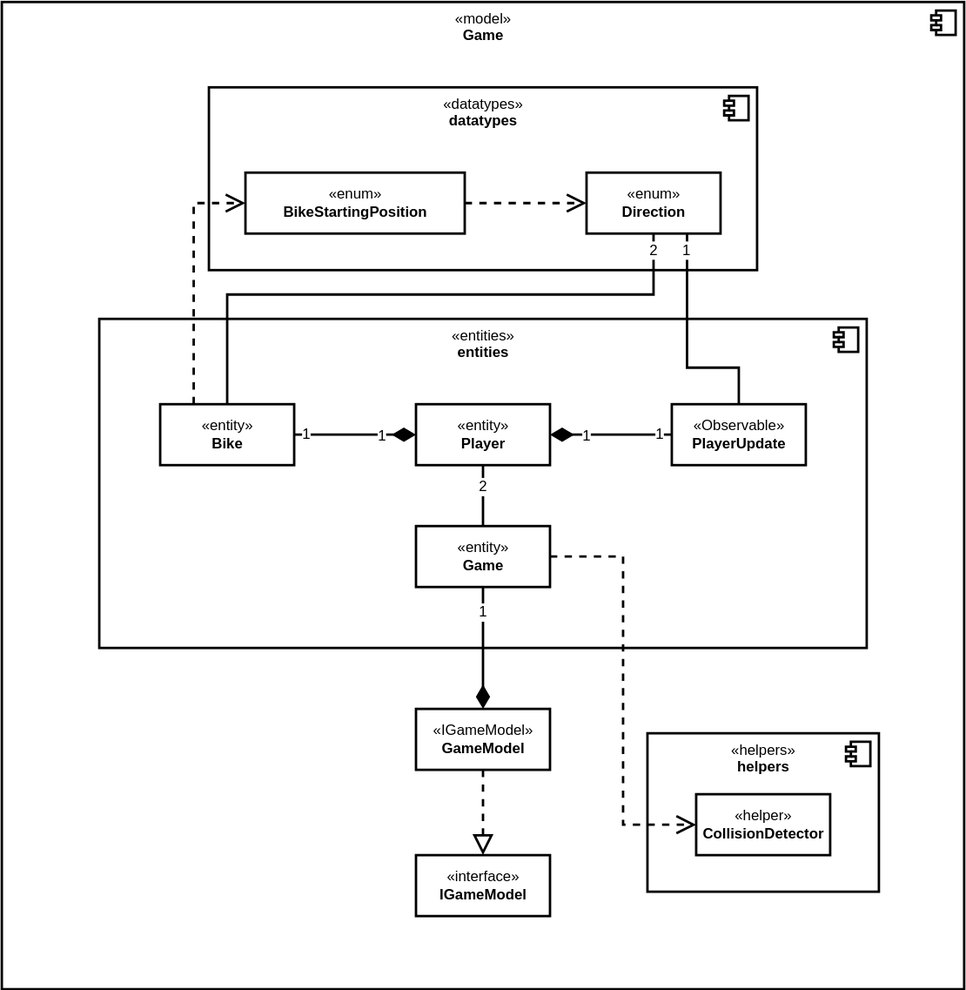
Above: docs/application/diagrams/GameModelClassDiagram.drawio.svg in HaniAlshikh/tron (draw.io), before the change. Source tidied: cells renumbered, new cells last; positions are measured from the earlier drawing's top-left corner, leaving out a move shared by most shapes.
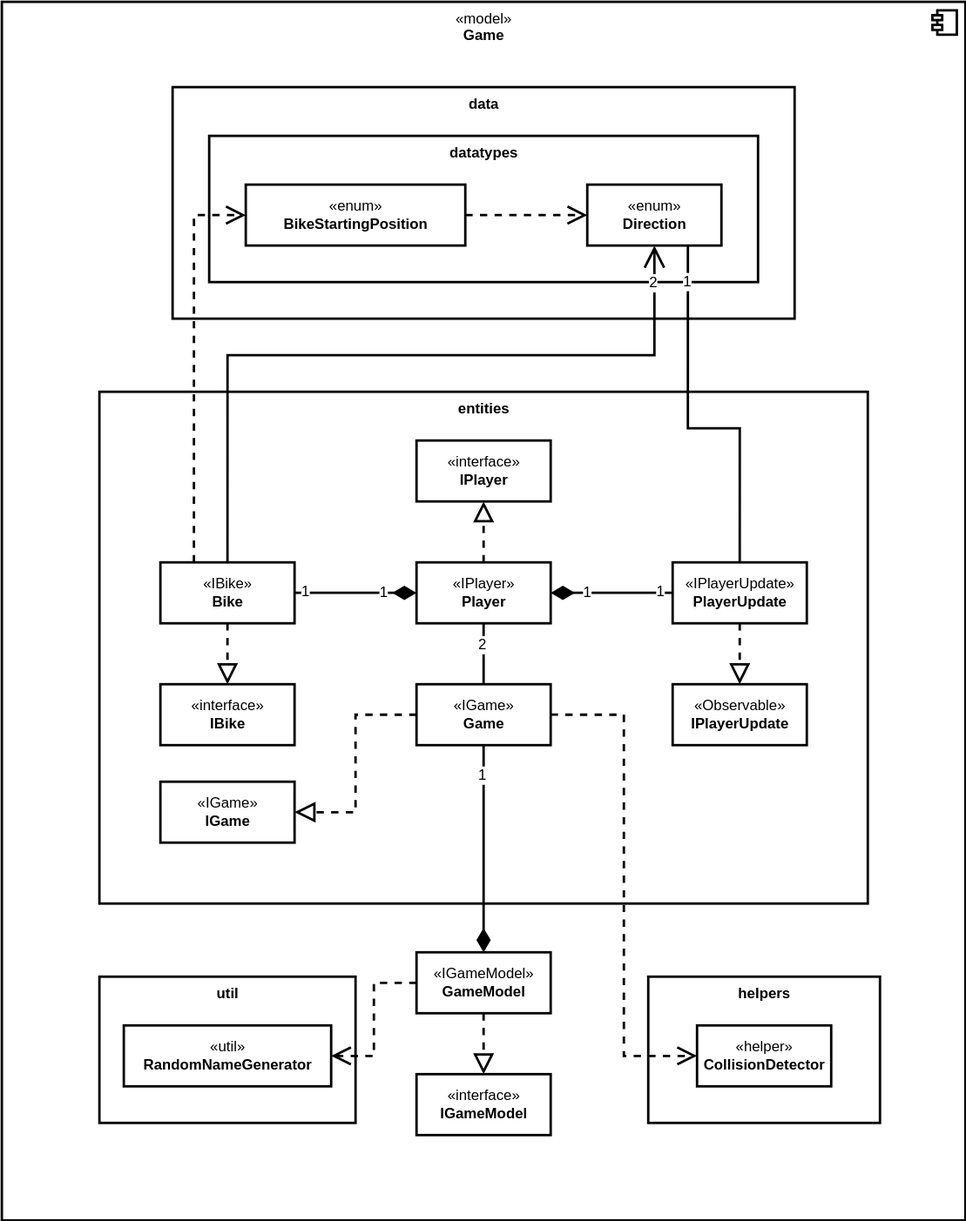
Above is the later version.

What changed in the source:
```diff
@@ -3,36 +3,29 @@
     <mxCell id="0" />
     <mxCell id="1" parent="0" />
     <mxCell id="2" value="«model»&lt;b&gt;&lt;br&gt;Game&lt;/b&gt;" style="html=1;strokeWidth=2;align=center;verticalAlign=top;" parent="1" vertex="1">
-      <mxGeometry width="790" height="810" as="geometry" />
+      <mxGeometry y="-50" width="790" height="1000" as="geometry" />
     </mxCell>
     <mxCell id="3" style="shape=module;jettyWidth=8;jettyHeight=4;strokeWidth=2;align=center;verticalAlign=middle;" parent="2" vertex="1">
       <mxGeometry x="1" width="20" height="20" relative="1" as="geometry">
         <mxPoint x="-27" y="7" as="offset" />
       </mxGeometry>
     </mxCell>
+    <mxCell id="37" value="&lt;b&gt;data&lt;br&gt;&lt;/b&gt;" style="html=1;strokeWidth=2;align=center;verticalAlign=top;" parent="1" vertex="1">
+      <mxGeometry x="140" y="20" width="510" height="190" as="geometry" />
+    </mxCell>
-    <mxCell id="4" value="«datatypes»&lt;br&gt;&lt;b&gt;datatypes&lt;br&gt;&lt;/b&gt;" style="html=1;strokeWidth=2;align=center;verticalAlign=top;" parent="1" vertex="1">
-      <mxGeometry x="170" y="70" width="450" height="150" as="geometry" />
+    <mxCell id="4" value="&lt;b&gt;datatypes&lt;br&gt;&lt;/b&gt;" style="html=1;strokeWidth=2;align=center;verticalAlign=top;" parent="1" vertex="1">
+      <mxGeometry x="170" y="60" width="450" height="120" as="geometry" />
     </mxCell>
-    <mxCell id="5" style="shape=module;jettyWidth=8;jettyHeight=4;strokeWidth=2;align=center;verticalAlign=middle;" parent="4" vertex="1">
-      <mxGeometry x="1" width="20" height="20" relative="1" as="geometry">
-        <mxPoint x="-27" y="7" as="offset" />
-      </mxGeometry>
-    </mxCell>
     <mxCell id="6" value="«enum»&lt;br&gt;&lt;b&gt;BikeStartingPosition&lt;/b&gt;" style="html=1;strokeWidth=2;" parent="1" vertex="1">
-      <mxGeometry x="200" y="140" width="180" height="50" as="geometry" />
+      <mxGeometry x="200" y="100" width="180" height="50" as="geometry" />
     </mxCell>
     <mxCell id="7" value="«enum»&lt;br&gt;&lt;b&gt;Direction&lt;/b&gt;" style="html=1;strokeWidth=2;" parent="1" vertex="1">
-      <mxGeometry x="480" y="140" width="110" height="50" as="geometry" />
+      <mxGeometry x="480" y="100" width="110" height="50" as="geometry" />
     </mxCell>
-    <mxCell id="8" value="«entities»&lt;br&gt;&lt;b&gt;entities&lt;br&gt;&lt;/b&gt;" style="html=1;strokeWidth=2;align=center;verticalAlign=top;" parent="1" vertex="1">
-      <mxGeometry x="80" y="260" width="630" height="270" as="geometry" />
+    <mxCell id="8" value="&lt;b&gt;entities&lt;br&gt;&lt;/b&gt;" style="html=1;strokeWidth=2;align=center;verticalAlign=top;" parent="1" vertex="1">
+      <mxGeometry x="80" y="270" width="630" height="420" as="geometry" />
     </mxCell>
-    <mxCell id="9" style="shape=module;jettyWidth=8;jettyHeight=4;strokeWidth=2;align=center;verticalAlign=middle;" parent="8" vertex="1">
-      <mxGeometry x="1" width="20" height="20" relative="1" as="geometry">
-        <mxPoint x="-27" y="7" as="offset" />
-      </mxGeometry>
-    </mxCell>
-    <mxCell id="10" style="edgeStyle=orthogonalEdgeStyle;rounded=0;html=1;fontSize=12;endArrow=none;endFill=0;endSize=14;strokeWidth=2;exitX=0.5;exitY=0;exitDx=0;exitDy=0;" parent="1" edge="1" source="12" target="7">
+    <mxCell id="10" style="edgeStyle=orthogonalEdgeStyle;rounded=0;html=1;fontSize=12;endArrow=open;endFill=0;endSize=14;strokeWidth=2;exitX=0.5;exitY=0;exitDx=0;exitDy=0;" parent="1" edge="1" source="12" target="7">
       <mxGeometry relative="1" as="geometry">
         <Array as="points">
           <mxPoint x="185" y="240" />
@@ -41,10 +34,15 @@
       </mxGeometry>
     </mxCell>
     <mxCell id="11" value="2" style="edgeLabel;html=1;align=center;verticalAlign=middle;fontSize=12;" parent="10" vertex="1">
-      <mxGeometry x="0.95" y="1" relative="1" as="geometry" />
+      <mxGeometry x="0.95" y="1" relative="1" as="geometry">
+        <mxPoint y="14" as="offset" />
+      </mxGeometry>
     </mxCell>
+    <mxCell id="38" style="edgeStyle=none;shape=connector;rounded=1;html=1;dashed=1;labelBackgroundColor=default;fontFamily=Helvetica;fontSize=12;fontColor=default;endArrow=block;endFill=0;endSize=12;strokeColor=default;strokeWidth=2;" parent="1" edge="1" source="12" target="42">
+      <mxGeometry relative="1" as="geometry" />
+    </mxCell>
-    <mxCell id="12" value="«entity»&lt;br&gt;&lt;b&gt;Bike&lt;/b&gt;" style="html=1;strokeWidth=2;" parent="1" vertex="1">
-      <mxGeometry x="130" y="330" width="110" height="50" as="geometry" />
+    <mxCell id="12" value="«IBike»&lt;br&gt;&lt;b&gt;Bike&lt;/b&gt;" style="html=1;strokeWidth=2;" parent="1" vertex="1">
+      <mxGeometry x="130" y="410" width="110" height="50" as="geometry" />
     </mxCell>
     <mxCell id="13" style="edgeStyle=orthogonalEdgeStyle;rounded=0;html=1;fontSize=12;endArrow=none;endFill=0;endSize=24;strokeWidth=2;" parent="1" edge="1" source="15" target="16">
       <mxGeometry relative="1" as="geometry" />
@@ -52,11 +50,22 @@
     <mxCell id="14" value="2" style="edgeLabel;html=1;align=center;verticalAlign=middle;fontSize=12;" parent="13" vertex="1">
       <mxGeometry x="0.33" y="1" relative="1" as="geometry" />
     </mxCell>
+    <mxCell id="39" style="edgeStyle=orthogonalEdgeStyle;shape=connector;rounded=0;html=1;dashed=1;labelBackgroundColor=default;fontFamily=Helvetica;fontSize=12;fontColor=default;endArrow=block;endFill=0;endSize=12;strokeColor=default;strokeWidth=2;" parent="1" edge="1" source="15" target="45">
+      <mxGeometry relative="1" as="geometry">
+        <Array as="points">
+          <mxPoint x="290" y="535" />
+          <mxPoint x="290" y="615" />
+        </Array>
+      </mxGeometry>
+    </mxCell>
-    <mxCell id="15" value="«entity»&lt;br&gt;&lt;b&gt;Game&lt;/b&gt;" style="html=1;strokeWidth=2;" parent="1" vertex="1">
-      <mxGeometry x="340" y="430" width="110" height="50" as="geometry" />
+    <mxCell id="15" value="«IGame»&lt;br&gt;&lt;b&gt;Game&lt;/b&gt;" style="html=1;strokeWidth=2;" parent="1" vertex="1">
+      <mxGeometry x="340" y="510" width="110" height="50" as="geometry" />
     </mxCell>
+    <mxCell id="40" style="edgeStyle=none;shape=connector;rounded=1;html=1;entryX=0.5;entryY=1;entryDx=0;entryDy=0;dashed=1;labelBackgroundColor=default;fontFamily=Helvetica;fontSize=12;fontColor=default;endArrow=block;endFill=0;endSize=12;strokeColor=default;strokeWidth=2;" parent="1" edge="1" source="16" target="43">
+      <mxGeometry relative="1" as="geometry" />
+    </mxCell>
-    <mxCell id="16" value="«entity»&lt;br&gt;&lt;b&gt;Player&lt;/b&gt;" style="html=1;strokeWidth=2;" parent="1" vertex="1">
-      <mxGeometry x="340" y="330" width="110" height="50" as="geometry" />
+    <mxCell id="16" value="«IPlayer»&lt;br&gt;&lt;b&gt;Player&lt;/b&gt;" style="html=1;strokeWidth=2;" parent="1" vertex="1">
+      <mxGeometry x="340" y="410" width="110" height="50" as="geometry" />
     </mxCell>
     <mxCell id="17" style="edgeStyle=orthogonalEdgeStyle;rounded=0;html=1;fontSize=12;endArrow=none;endFill=0;endSize=14;strokeWidth=2;exitX=0.5;exitY=0;exitDx=0;exitDy=0;entryX=0.75;entryY=1;entryDx=0;entryDy=0;" parent="1" edge="1" source="19" target="7">
       <mxGeometry relative="1" as="geometry">
@@ -68,28 +77,26 @@
     </mxCell>
     <mxCell id="18" value="1" style="edgeLabel;html=1;align=center;verticalAlign=middle;fontSize=12;" parent="17" vertex="1">
       <mxGeometry x="0.95" y="1" relative="1" as="geometry">
-        <mxPoint y="9" as="offset" />
+        <mxPoint y="21" as="offset" />
       </mxGeometry>
     </mxCell>
+    <mxCell id="41" style="edgeStyle=none;shape=connector;rounded=1;html=1;dashed=1;labelBackgroundColor=default;fontFamily=Helvetica;fontSize=12;fontColor=default;endArrow=block;endFill=0;endSize=12;strokeColor=default;strokeWidth=2;" parent="1" edge="1" source="19" target="44">
+      <mxGeometry relative="1" as="geometry" />
+    </mxCell>
-    <mxCell id="19" value="«Observable»&lt;br&gt;&lt;b&gt;PlayerUpdate&lt;/b&gt;" style="html=1;strokeWidth=2;" parent="1" vertex="1">
-      <mxGeometry x="550" y="330" width="110" height="50" as="geometry" />
+    <mxCell id="19" value="«IPlayerUpdate»&lt;br&gt;&lt;b&gt;PlayerUpdate&lt;/b&gt;" style="html=1;strokeWidth=2;" parent="1" vertex="1">
+      <mxGeometry x="550" y="410" width="110" height="50" as="geometry" />
     </mxCell>
-    <mxCell id="20" value="«helpers»&lt;br&gt;&lt;b&gt;helpers&lt;br&gt;&lt;/b&gt;" style="html=1;strokeWidth=2;align=center;verticalAlign=top;" parent="1" vertex="1">
-      <mxGeometry x="530" y="600" width="190" height="130" as="geometry" />
+    <mxCell id="20" value="&lt;b&gt;helpers&lt;br&gt;&lt;/b&gt;" style="html=1;strokeWidth=2;align=center;verticalAlign=top;" parent="1" vertex="1">
+      <mxGeometry x="530" y="750" width="190" height="120" as="geometry" />
     </mxCell>
-    <mxCell id="21" style="shape=module;jettyWidth=8;jettyHeight=4;strokeWidth=2;align=center;verticalAlign=middle;" parent="20" vertex="1">
-      <mxGeometry x="1" width="20" height="20" relative="1" as="geometry">
-        <mxPoint x="-27" y="7" as="offset" />
-      </mxGeometry>
-    </mxCell>
     <mxCell id="22" value="«helper»&lt;br&gt;&lt;b&gt;CollisionDetector&lt;/b&gt;" style="html=1;strokeWidth=2;" parent="1" vertex="1">
-      <mxGeometry x="570" y="650" width="110" height="50" as="geometry" />
+      <mxGeometry x="570" y="790" width="110" height="50" as="geometry" />
     </mxCell>
     <mxCell id="23" value="«interface»&lt;br&gt;&lt;b&gt;IGameModel&lt;/b&gt;" style="html=1;strokeWidth=2;" parent="1" vertex="1">
-      <mxGeometry x="340" y="700" width="110" height="50" as="geometry" />
+      <mxGeometry x="340" y="830" width="110" height="50" as="geometry" />
     </mxCell>
     <mxCell id="24" value="«IGameModel»&lt;br&gt;&lt;b&gt;GameModel&lt;/b&gt;" style="html=1;strokeWidth=2;" parent="1" vertex="1">
-      <mxGeometry x="340" y="580" width="110" height="50" as="geometry" />
+      <mxGeometry x="340" y="730" width="110" height="50" as="geometry" />
     </mxCell>
     <mxCell id="25" style="endArrow=block;dashed=1;endFill=0;endSize=12;html=1;fontSize=12;strokeWidth=2;" parent="1" edge="1" source="24" target="23">
       <mxGeometry relative="1" as="geometry" />
@@ -134,12 +141,33 @@
     <mxCell id="35" style="endArrow=open;endSize=12;dashed=1;html=1;fontSize=12;strokeWidth=2;exitX=0.25;exitY=0;exitDx=0;exitDy=0;edgeStyle=orthogonalEdgeStyle;rounded=0;entryX=0;entryY=0.5;entryDx=0;entryDy=0;" parent="1" edge="1" source="12" target="6">
       <mxGeometry relative="1" as="geometry">
         <Array as="points">
-          <mxPoint x="158" y="165" />
+          <mxPoint x="158" y="125" />
         </Array>
       </mxGeometry>
     </mxCell>
     <mxCell id="36" style="endArrow=open;endSize=12;dashed=1;html=1;fontSize=12;strokeWidth=2;edgeStyle=orthogonalEdgeStyle;rounded=0;entryX=0;entryY=0.5;entryDx=0;entryDy=0;exitX=1;exitY=0.5;exitDx=0;exitDy=0;" parent="1" edge="1" source="15" target="22">
       <mxGeometry relative="1" as="geometry" />
     </mxCell>
+    <mxCell id="42" value="«interface»&lt;br&gt;&lt;b&gt;IBike&lt;/b&gt;" style="html=1;strokeWidth=2;" parent="1" vertex="1">
+      <mxGeometry x="130" y="510" width="110" height="50" as="geometry" />
+    </mxCell>
+    <mxCell id="43" value="«interface»&lt;br&gt;&lt;b&gt;IPlayer&lt;/b&gt;" style="html=1;strokeWidth=2;" parent="1" vertex="1">
+      <mxGeometry x="340" y="310" width="110" height="50" as="geometry" />
+    </mxCell>
+    <mxCell id="44" value="«Observable»&lt;br&gt;&lt;b&gt;IPlayerUpdate&lt;/b&gt;" style="html=1;strokeWidth=2;" parent="1" vertex="1">
+      <mxGeometry x="550" y="510" width="110" height="50" as="geometry" />
+    </mxCell>
+    <mxCell id="45" value="«IGame»&lt;br&gt;&lt;b&gt;IGame&lt;/b&gt;" style="html=1;strokeWidth=2;" parent="1" vertex="1">
+      <mxGeometry x="130" y="590" width="110" height="50" as="geometry" />
+    </mxCell>
+    <mxCell id="46" value="&lt;b&gt;util&lt;br&gt;&lt;/b&gt;" style="html=1;strokeWidth=2;align=center;verticalAlign=top;" parent="1" vertex="1">
+      <mxGeometry x="80" y="750" width="210" height="120" as="geometry" />
+    </mxCell>
+    <mxCell id="47" value="«util»&lt;br&gt;&lt;b&gt;RandomNameGenerator&lt;/b&gt;" style="html=1;strokeWidth=2;" parent="1" vertex="1">
+      <mxGeometry x="100" y="790" width="170" height="50" as="geometry" />
+    </mxCell>
+    <mxCell id="48" style="edgeStyle=orthogonalEdgeStyle;shape=connector;rounded=0;html=1;entryX=1;entryY=0.5;entryDx=0;entryDy=0;dashed=1;labelBackgroundColor=default;fontFamily=Helvetica;fontSize=12;fontColor=default;endArrow=open;endSize=12;strokeColor=default;strokeWidth=2;" parent="1" edge="1" source="24" target="47">
+      <mxGeometry relative="1" as="geometry" />
+    </mxCell>
   </root>
 </mxGraphModel>
```
